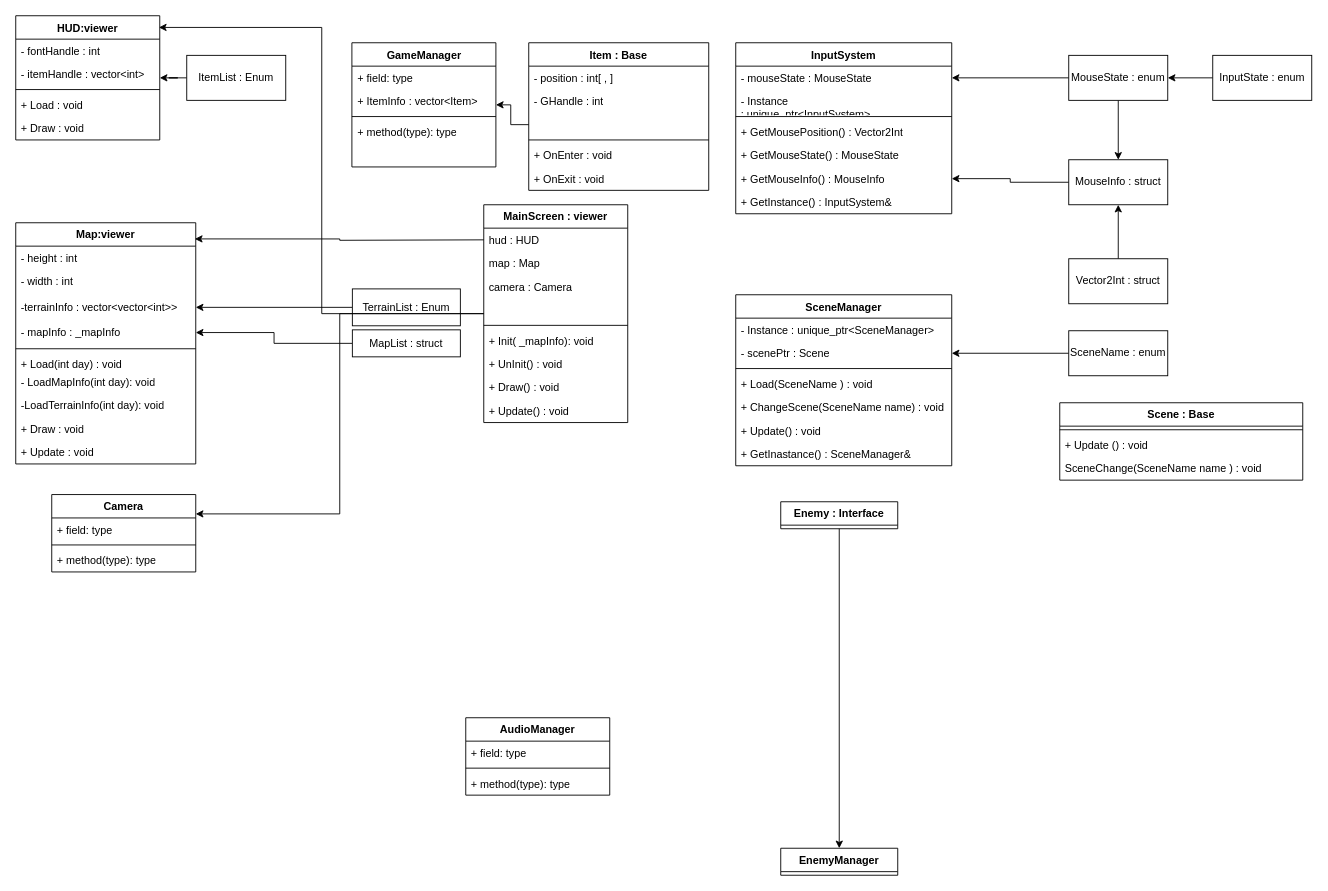
This is PP2nd_ClassUML.drawio from tky2302126/PP2nd, a draw.io file, before an edit. Source tidied: cells renumbered, new cells numbered last; positions are measured from the earlier drawing's top-left corner, leaving out a move shared by most shapes. Both pictures are drawn from the tidied source at 90%, with x=0, y=0 at pixel (15, 15).
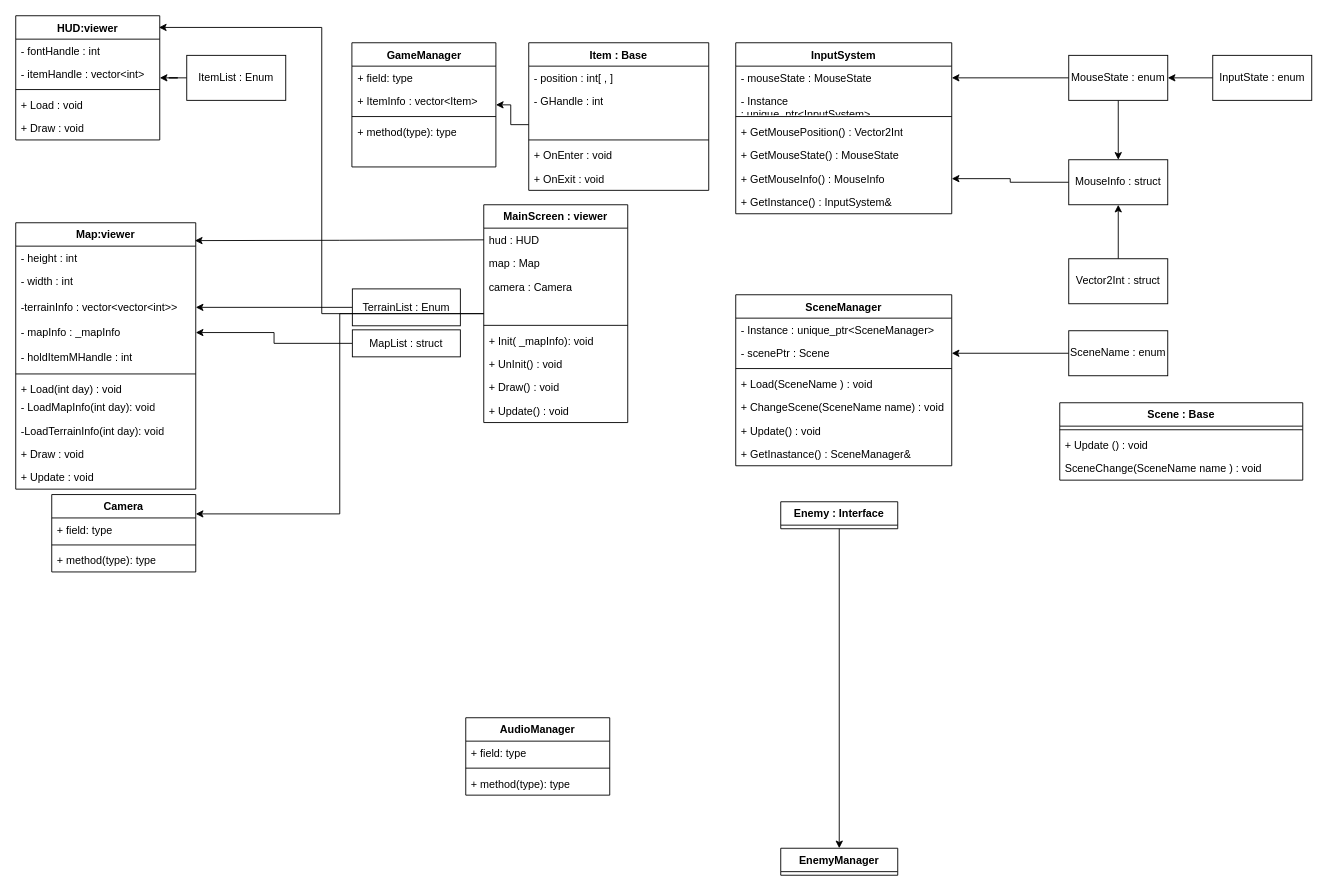
The same page after the edit.

The edit, as a diff of the source:
```diff
@@
     <mxCell id="10" value="Map:viewer" style="swimlane;fontStyle=1;align=center;verticalAlign=top;horizontal=1;startSize=26;whiteSpace=wrap;html=1;" parent="1" vertex="1">
-      <mxGeometry y="230" width="200" height="268" as="geometry" />
+      <mxGeometry y="230" width="200" height="296" as="geometry" />
     </mxCell>
@@
+    <mxCell id="94" value="- holdItemMHandle : int" style="text;strokeColor=none;fillColor=none;align=left;verticalAlign=top;spacingLeft=4;spacingRight=4;overflow=hidden;whiteSpace=wrap;html=1;" parent="10" vertex="1">
+      <mxGeometry y="136" width="200" height="28" as="geometry" />
+    </mxCell>
     <mxCell id="15" style="line;strokeWidth=1;fillColor=none;align=left;verticalAlign=middle;spacingTop=-1;spacingLeft=3;spacingRight=3;labelPosition=right;strokeColor=inherit;" parent="10" vertex="1">
-      <mxGeometry y="136" width="200" height="8" as="geometry" />
+      <mxGeometry y="164" width="200" height="8" as="geometry" />
     </mxCell>
     <mxCell id="16" value="+ Load(int day) : void" style="text;strokeColor=none;fillColor=none;align=left;verticalAlign=top;spacingLeft=4;spacingRight=4;overflow=hidden;whiteSpace=wrap;html=1;" parent="10" vertex="1">
-      <mxGeometry y="144" width="200" height="20" as="geometry" />
+      <mxGeometry y="172" width="200" height="20" as="geometry" />
     </mxCell>
     <mxCell id="17" value="- LoadMapInfo(int day): void" style="text;strokeColor=none;fillColor=none;align=left;verticalAlign=top;spacingLeft=4;spacingRight=4;overflow=hidden;whiteSpace=wrap;html=1;" parent="10" vertex="1">
-      <mxGeometry y="164" width="200" height="26" as="geometry" />
+      <mxGeometry y="192" width="200" height="26" as="geometry" />
     </mxCell>
     <mxCell id="18" value="-LoadTerrainInfo(int day): void" style="text;strokeColor=none;fillColor=none;align=left;verticalAlign=top;spacingLeft=4;spacingRight=4;overflow=hidden;whiteSpace=wrap;html=1;" parent="10" vertex="1">
-      <mxGeometry y="190" width="200" height="26" as="geometry" />
+      <mxGeometry y="218" width="200" height="26" as="geometry" />
     </mxCell>
     <mxCell id="19" value="+ Draw : void" style="text;strokeColor=none;fillColor=none;align=left;verticalAlign=top;spacingLeft=4;spacingRight=4;overflow=hidden;whiteSpace=wrap;html=1;" parent="10" vertex="1">
-      <mxGeometry y="216" width="200" height="26" as="geometry" />
+      <mxGeometry y="244" width="200" height="26" as="geometry" />
     </mxCell>
     <mxCell id="20" value="+ Update : void" style="text;strokeColor=none;fillColor=none;align=left;verticalAlign=top;spacingLeft=4;spacingRight=4;overflow=hidden;whiteSpace=wrap;html=1;" parent="10" vertex="1">
-      <mxGeometry y="242" width="200" height="26" as="geometry" />
+      <mxGeometry y="270" width="200" height="26" as="geometry" />
     </mxCell>
```
